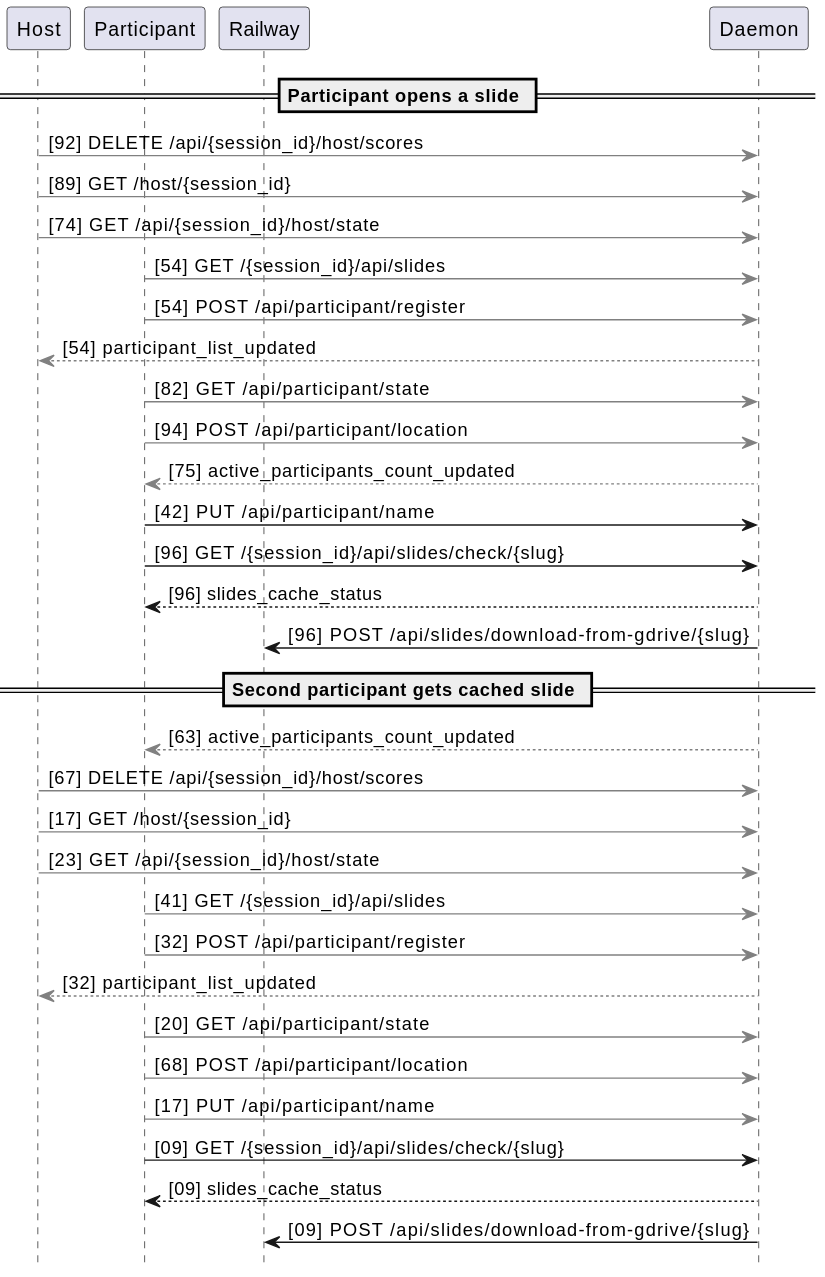
Before: docs/sequences/extracted/svg/06-slides.svg, a diagram exported from PlantUML (victorrentea/training-assistant).
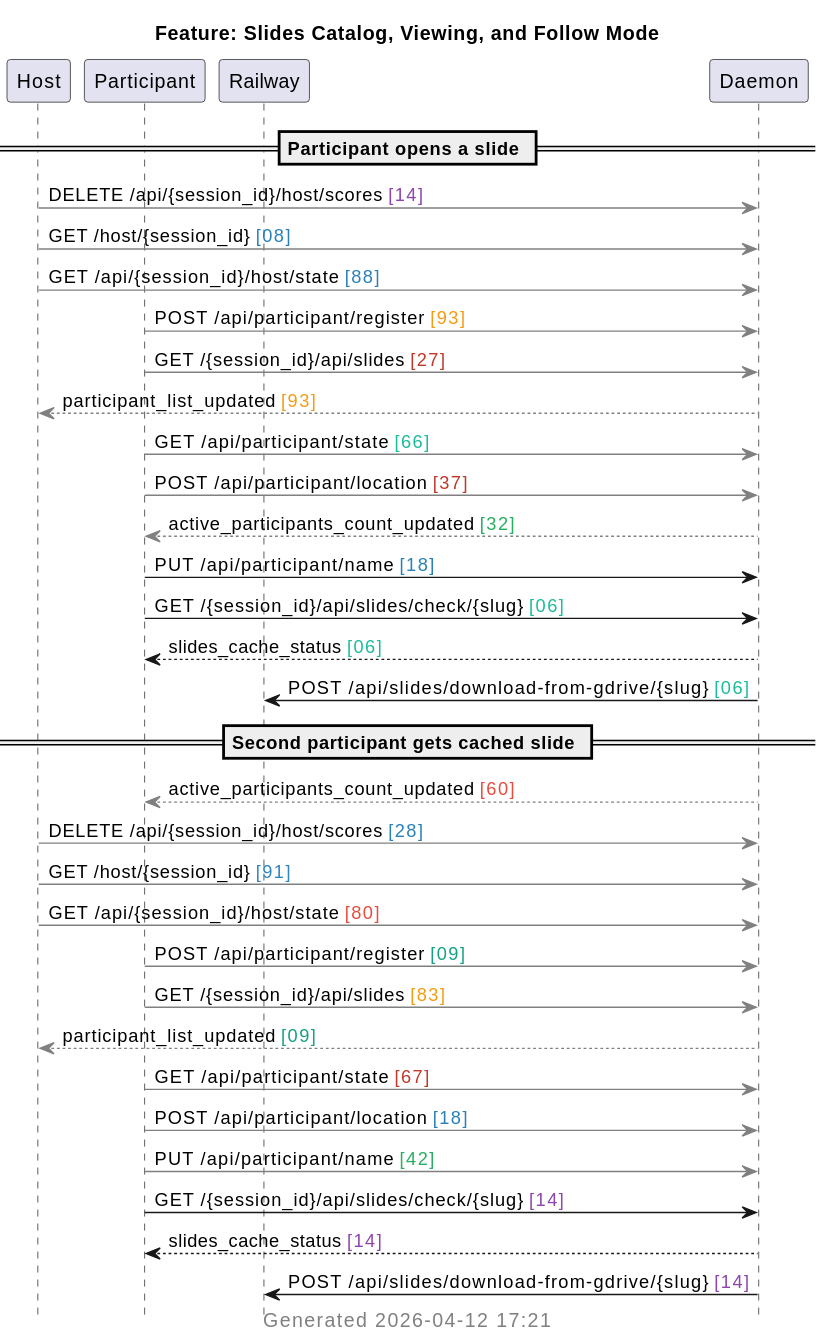
The same file after the commit.

Commit message:
docs: regenerated slides sequence with colored trace hashes and local timestamp

What changed in the source:
```diff
@@ -1,5 +1,7 @@
 @startuml
 hide footbox
+title Feature: Slides Catalog, Viewing, and Follow Mode
+caption <color:gray>Generated 2026-04-12 17:21</color>
 
 participant "Host"
 participant "Participant"
@@ -7,32 +9,32 @@
 participant "Daemon"
 
 == Participant opens a slide ==
-"Host" [#gray]-> "Daemon": [92] DELETE /api/{session_id}/host/scores
-"Host" [#gray]-> "Daemon": [89] GET /host/{session_id}
-"Host" [#gray]-> "Daemon": [74] GET /api/{session_id}/host/state
-"Participant" [#gray]-> "Daemon": [54] GET /{session_id}/api/slides
-"Participant" [#gray]-> "Daemon": [54] POST /api/participant/register
-"Daemon" [#gray]--> "Host": [54] participant_list_updated
-"Participant" [#gray]-> "Daemon": [82] GET /api/participant/state
-"Participant" [#gray]-> "Daemon": [94] POST /api/participant/location
-"Daemon" [#gray]--> "Participant": [75] active_participants_count_updated
-"Participant" -> "Daemon": [42] PUT /api/participant/name
-"Participant" -> "Daemon": [96] GET /{session_id}/api/slides/check/{slug}
-"Daemon" --> "Participant": [96] slides_cache_status
-"Daemon" -> "Railway": [96] POST /api/slides/download-from-gdrive/{slug}
+"Host" [#gray]-> "Daemon": DELETE /api/{session_id}/host/scores <color:#8E44AD>[14]</color>
+"Host" [#gray]-> "Daemon": GET /host/{session_id} <color:#2980B9>[08]</color>
+"Host" [#gray]-> "Daemon": GET /api/{session_id}/host/state <color:#2980B9>[88]</color>
+"Participant" [#gray]-> "Daemon": POST /api/participant/register <color:#F39C12>[93]</color>
+"Participant" [#gray]-> "Daemon": GET /{session_id}/api/slides <color:#C0392B>[27]</color>
+"Daemon" [#gray]--> "Host": participant_list_updated <color:#F39C12>[93]</color>
+"Participant" [#gray]-> "Daemon": GET /api/participant/state <color:#1ABC9C>[66]</color>
+"Participant" [#gray]-> "Daemon": POST /api/participant/location <color:#C0392B>[37]</color>
+"Daemon" [#gray]--> "Participant": active_participants_count_updated <color:#27AE60>[32]</color>
+"Participant" -> "Daemon": PUT /api/participant/name <color:#2980B9>[18]</color>
+"Participant" -> "Daemon": GET /{session_id}/api/slides/check/{slug} <color:#1ABC9C>[06]</color>
+"Daemon" --> "Participant": slides_cache_status <color:#1ABC9C>[06]</color>
+"Daemon" -> "Railway": POST /api/slides/download-from-gdrive/{slug} <color:#1ABC9C>[06]</color>
 
 == Second participant gets cached slide ==
-"Daemon" [#gray]--> "Participant": [63] active_participants_count_updated
-"Host" [#gray]-> "Daemon": [67] DELETE /api/{session_id}/host/scores
-"Host" [#gray]-> "Daemon": [17] GET /host/{session_id}
-"Host" [#gray]-> "Daemon": [23] GET /api/{session_id}/host/state
-"Participant" [#gray]-> "Daemon": [41] GET /{session_id}/api/slides
-"Participant" [#gray]-> "Daemon": [32] POST /api/participant/register
-"Daemon" [#gray]--> "Host": [32] participant_list_updated
-"Participant" [#gray]-> "Daemon": [20] GET /api/participant/state
-"Participant" [#gray]-> "Daemon": [68] POST /api/participant/location
-"Participant" [#gray]-> "Daemon": [17] PUT /api/participant/name
-"Participant" -> "Daemon": [09] GET /{session_id}/api/slides/check/{slug}
-"Daemon" --> "Participant": [09] slides_cache_status
-"Daemon" -> "Railway": [09] POST /api/slides/download-from-gdrive/{slug}
+"Daemon" [#gray]--> "Participant": active_participants_count_updated <color:#E74C3C>[60]</color>
+"Host" [#gray]-> "Daemon": DELETE /api/{session_id}/host/scores <color:#2980B9>[28]</color>
+"Host" [#gray]-> "Daemon": GET /host/{session_id} <color:#2E86C1>[91]</color>
+"Host" [#gray]-> "Daemon": GET /api/{session_id}/host/state <color:#E74C3C>[80]</color>
+"Participant" [#gray]-> "Daemon": POST /api/participant/register <color:#16A085>[09]</color>
+"Participant" [#gray]-> "Daemon": GET /{session_id}/api/slides <color:#F39C12>[83]</color>
+"Daemon" [#gray]--> "Host": participant_list_updated <color:#16A085>[09]</color>
+"Participant" [#gray]-> "Daemon": GET /api/participant/state <color:#C0392B>[67]</color>
+"Participant" [#gray]-> "Daemon": POST /api/participant/location <color:#2980B9>[18]</color>
+"Participant" [#gray]-> "Daemon": PUT /api/participant/name <color:#27AE60>[42]</color>
+"Participant" -> "Daemon": GET /{session_id}/api/slides/check/{slug} <color:#8E44AD>[14]</color>
+"Daemon" --> "Participant": slides_cache_status <color:#8E44AD>[14]</color>
+"Daemon" -> "Railway": POST /api/slides/download-from-gdrive/{slug} <color:#8E44AD>[14]</color>
 @enduml
```
